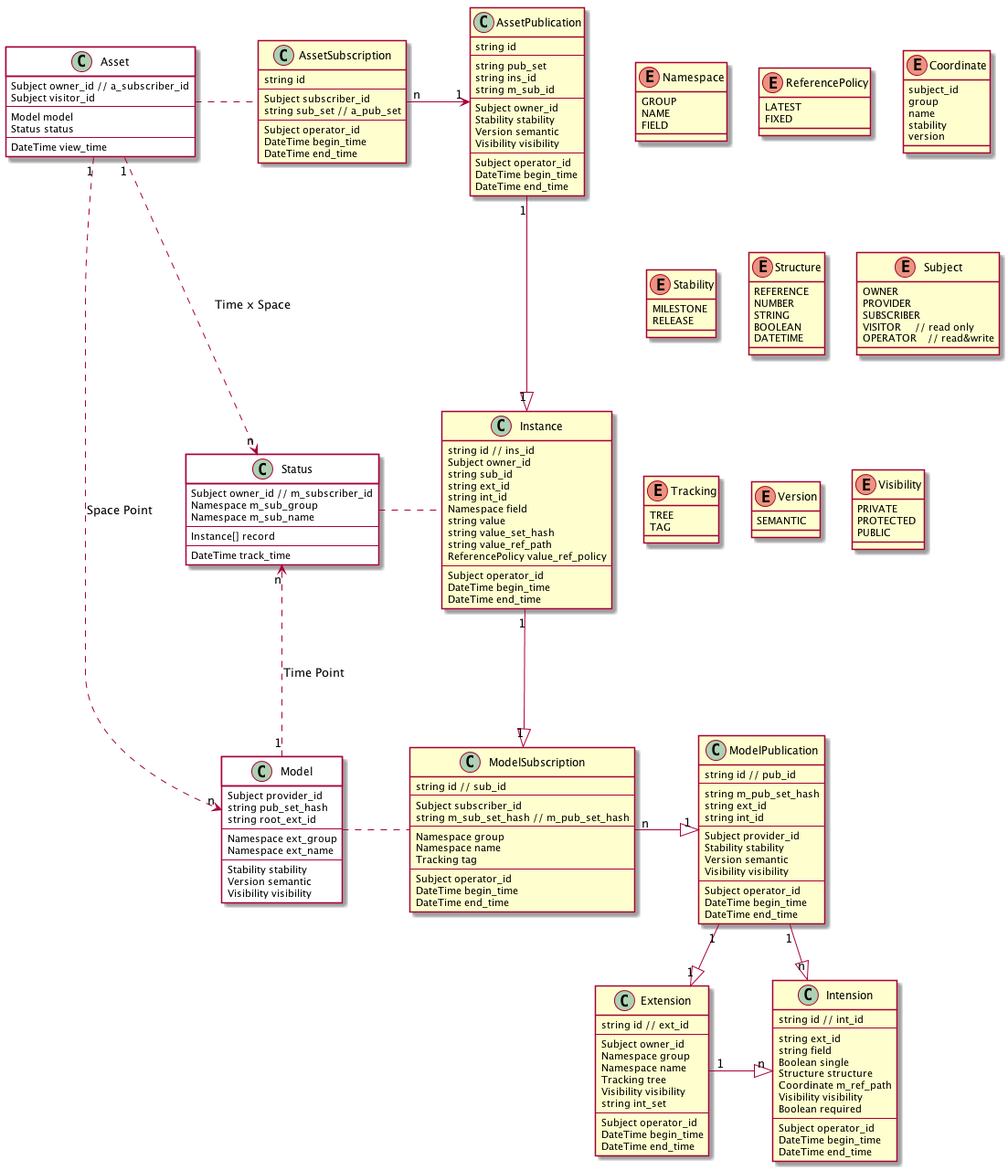
Earlier version of the PlantUML export kiimate.png (SINeWang/kiimate).
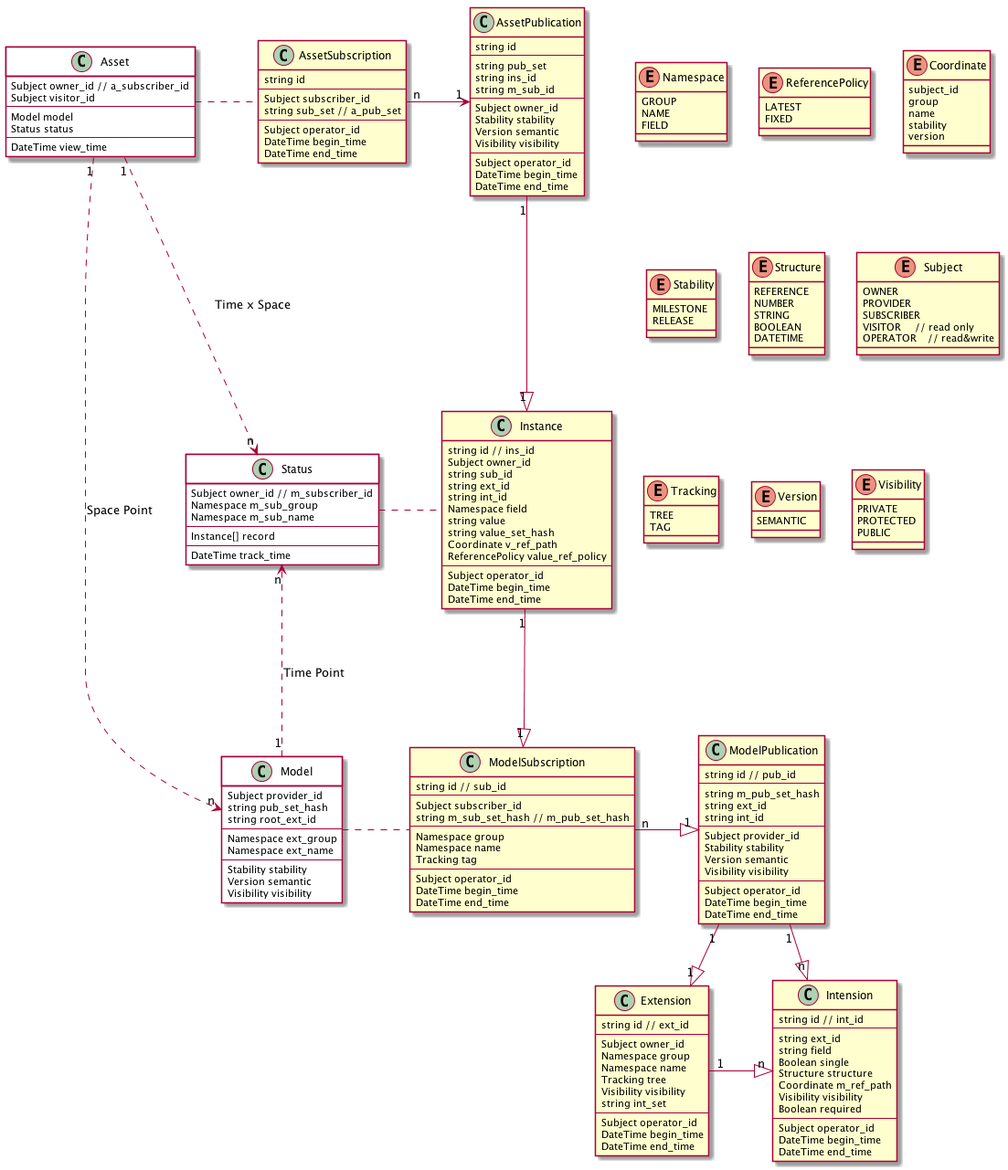
After the change.

Commit message:
update concept model

Change to the diagram source:
```diff
@@ -163,7 +163,7 @@
     Namespace field
     string value
     string value_set_hash
-    string value_ref_path
+    Coordinate v_ref_path
     ReferencePolicy value_ref_policy
     ---
     Subject operator_id
```
